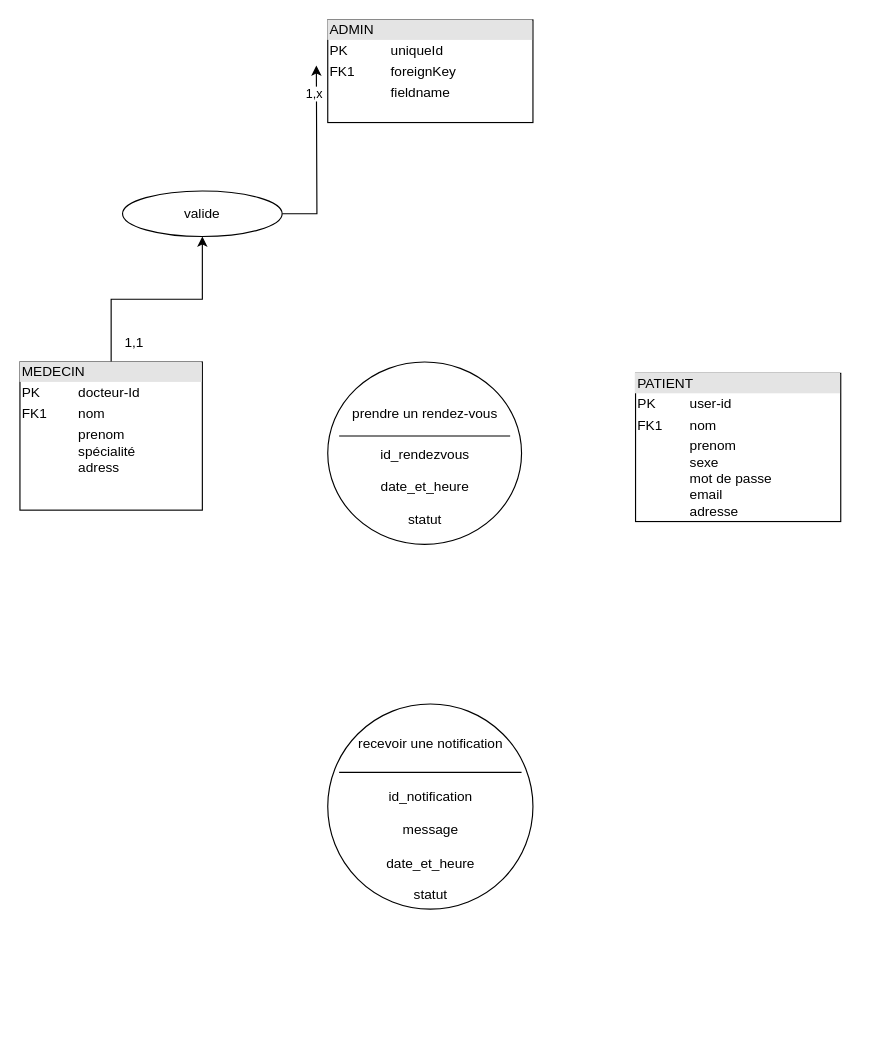
Earlier version of the draw.io diagram Diagramme sans nom.drawio (Bibiche96/ModelC4). Source tidied: cells renumbered, new cells numbered last; positions are measured from the earlier drawing's top-left corner, leaving out a move shared by most shapes. Both pictures are drawn from the tidied source at 114%, with x=0, y=0 at pixel (19, 19).
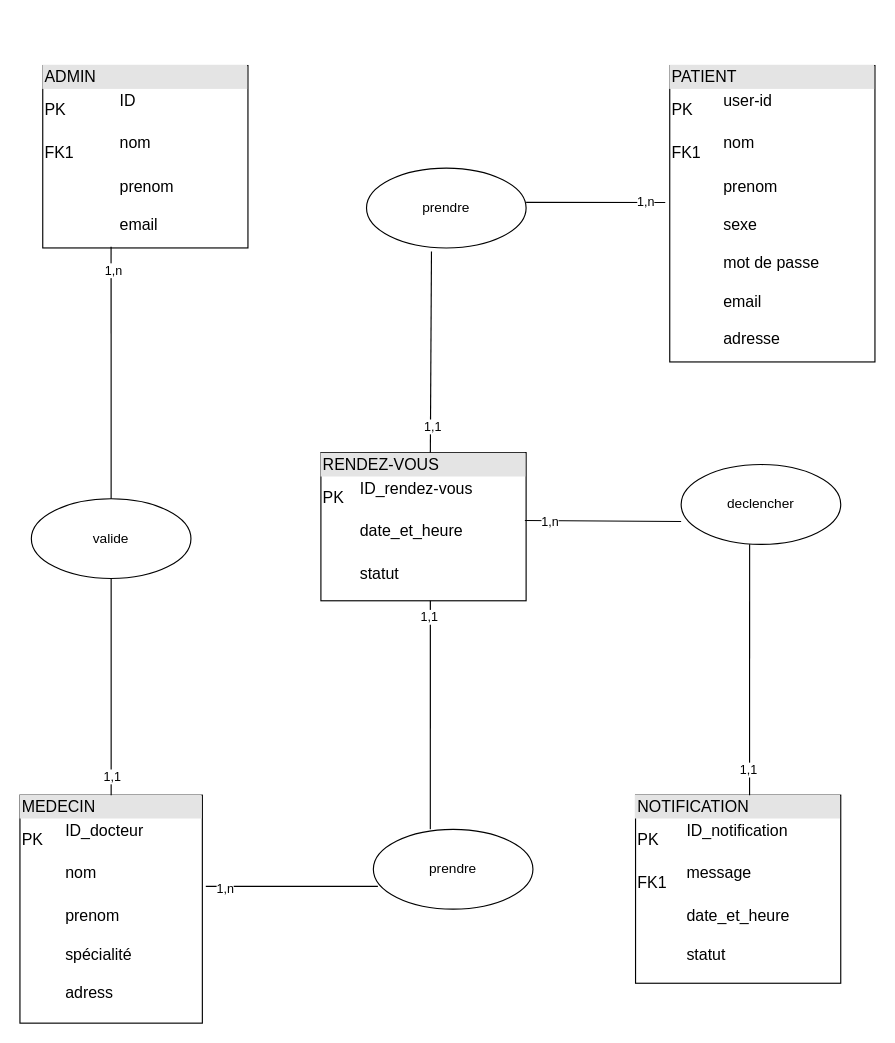
After the change.

What changed in the source:
```diff
@@
-    <mxCell id="2" value="&lt;div style=&quot;box-sizing:border-box;width:100%;background:#e4e4e4;padding:2px;&quot;&gt;ADMIN&lt;/div&gt;&lt;table style=&quot;width:100%;font-size:1em;&quot; cellpadding=&quot;2&quot; cellspacing=&quot;0&quot;&gt;&lt;tbody&gt;&lt;tr&gt;&lt;td&gt;PK&lt;/td&gt;&lt;td&gt;uniqueId&lt;/td&gt;&lt;/tr&gt;&lt;tr&gt;&lt;td&gt;FK1&lt;/td&gt;&lt;td&gt;foreignKey&lt;/td&gt;&lt;/tr&gt;&lt;tr&gt;&lt;td&gt;&lt;/td&gt;&lt;td&gt;fieldname&lt;/td&gt;&lt;/tr&gt;&lt;/tbody&gt;&lt;/table&gt;" style="verticalAlign=top;align=left;overflow=fill;html=1;whiteSpace=wrap;" parent="1" vertex="1">
-      <mxGeometry x="270" width="180" height="90" as="geometry" />
+    <mxCell id="2" value="&lt;div style=&quot;box-sizing: border-box; width: 100%; background: rgb(228, 228, 228); padding: 2px; font-size: 14px;&quot;&gt;&lt;font style=&quot;font-size: 14px;&quot;&gt;ADMIN&lt;/font&gt;&lt;/div&gt;&lt;table style=&quot;width: 100%; font-size: 14px;&quot; cellpadding=&quot;2&quot; cellspacing=&quot;0&quot;&gt;&lt;tbody&gt;&lt;tr&gt;&lt;td&gt;&lt;font style=&quot;font-size: 14px;&quot;&gt;PK&lt;/font&gt;&lt;/td&gt;&lt;td&gt;&lt;font style=&quot;font-size: 14px;&quot;&gt;ID&lt;br&gt;&lt;br&gt;&lt;/font&gt;&lt;/td&gt;&lt;/tr&gt;&lt;tr&gt;&lt;td&gt;&lt;font style=&quot;font-size: 14px;&quot;&gt;FK1&lt;/font&gt;&lt;/td&gt;&lt;td&gt;&lt;font style=&quot;font-size: 14px;&quot;&gt;nom&lt;br&gt;&lt;br&gt;&lt;/font&gt;&lt;/td&gt;&lt;/tr&gt;&lt;tr&gt;&lt;td&gt;&lt;/td&gt;&lt;td&gt;&lt;font style=&quot;font-size: 14px;&quot;&gt;prenom&lt;br&gt;&lt;br&gt;email&lt;/font&gt;&lt;/td&gt;&lt;/tr&gt;&lt;/tbody&gt;&lt;/table&gt;" style="verticalAlign=top;align=left;overflow=fill;html=1;whiteSpace=wrap;" parent="1" vertex="1">
+      <mxGeometry x="20" y="40" width="180" height="160" as="geometry" />
     </mxCell>
-    <mxCell id="3" style="edgeStyle=orthogonalEdgeStyle;rounded=0;jettySize=auto;html=1;" parent="1" edge="1" source="4" target="8">
-      <mxGeometry relative="1" as="geometry" />
-    </mxCell>
-    <mxCell id="4" value="&lt;div style=&quot;box-sizing:border-box;width:100%;background:#e4e4e4;padding:2px;&quot;&gt;MEDECIN&lt;/div&gt;&lt;table style=&quot;width:100%;font-size:1em;&quot; cellpadding=&quot;2&quot; cellspacing=&quot;0&quot;&gt;&lt;tbody&gt;&lt;tr&gt;&lt;td&gt;PK&lt;/td&gt;&lt;td&gt;docteur-Id&lt;/td&gt;&lt;/tr&gt;&lt;tr&gt;&lt;td&gt;FK1&lt;/td&gt;&lt;td&gt;nom&lt;/td&gt;&lt;/tr&gt;&lt;tr&gt;&lt;td&gt;&lt;/td&gt;&lt;td&gt;prenom&lt;br&gt;spécialité&lt;br&gt;adress&lt;/td&gt;&lt;/tr&gt;&lt;/tbody&gt;&lt;/table&gt;" style="verticalAlign=top;align=left;overflow=fill;html=1;whiteSpace=wrap;" parent="1" vertex="1">
-      <mxGeometry y="300" width="160" height="130" as="geometry" />
+    <mxCell id="4" value="&lt;div style=&quot;box-sizing: border-box; width: 100%; background: rgb(228, 228, 228); padding: 2px; font-size: 14px;&quot;&gt;&lt;font style=&quot;font-size: 14px;&quot;&gt;MEDECIN&lt;/font&gt;&lt;/div&gt;&lt;table style=&quot;width: 100%; font-size: 14px;&quot; cellpadding=&quot;2&quot; cellspacing=&quot;0&quot;&gt;&lt;tbody&gt;&lt;tr&gt;&lt;td&gt;&lt;font style=&quot;font-size: 14px;&quot;&gt;PK&lt;/font&gt;&lt;/td&gt;&lt;td&gt;&lt;font style=&quot;font-size: 14px;&quot;&gt;ID_docteur&lt;br&gt;&lt;br&gt;&lt;/font&gt;&lt;/td&gt;&lt;/tr&gt;&lt;tr&gt;&lt;td&gt;&lt;br&gt;&lt;/td&gt;&lt;td&gt;&lt;font style=&quot;font-size: 14px;&quot;&gt;nom&lt;br&gt;&lt;br&gt;&lt;/font&gt;&lt;/td&gt;&lt;/tr&gt;&lt;tr&gt;&lt;td&gt;&lt;/td&gt;&lt;td&gt;&lt;font style=&quot;font-size: 14px;&quot;&gt;prenom&lt;br&gt;&lt;br&gt;spécialité&lt;br&gt;&lt;br&gt;adress&lt;/font&gt;&lt;/td&gt;&lt;/tr&gt;&lt;/tbody&gt;&lt;/table&gt;" style="verticalAlign=top;align=left;overflow=fill;html=1;whiteSpace=wrap;" parent="1" vertex="1">
+      <mxGeometry y="680" width="160" height="200" as="geometry" />
     </mxCell>
-    <mxCell id="5" value="&lt;div style=&quot;box-sizing:border-box;width:100%;background:#e4e4e4;padding:2px;&quot;&gt;PATIENT&lt;/div&gt;&lt;table style=&quot;width:100%;font-size:1em;&quot; cellpadding=&quot;2&quot; cellspacing=&quot;0&quot;&gt;&lt;tbody&gt;&lt;tr&gt;&lt;td&gt;PK&lt;/td&gt;&lt;td&gt;user-id&lt;/td&gt;&lt;/tr&gt;&lt;tr&gt;&lt;td&gt;FK1&lt;/td&gt;&lt;td&gt;nom&lt;br&gt;&lt;/td&gt;&lt;/tr&gt;&lt;tr&gt;&lt;td&gt;&lt;/td&gt;&lt;td&gt;prenom&lt;br&gt;sexe&lt;br&gt;mot de passe&lt;br&gt;email&lt;br&gt;adresse&lt;/td&gt;&lt;/tr&gt;&lt;/tbody&gt;&lt;/table&gt;" style="verticalAlign=top;align=left;overflow=fill;html=1;whiteSpace=wrap;" parent="1" vertex="1">
-      <mxGeometry x="540" y="310" width="180" height="130" as="geometry" />
+    <mxCell id="5" value="&lt;div style=&quot;box-sizing: border-box; width: 100%; background: rgb(228, 228, 228); padding: 2px; font-size: 14px;&quot;&gt;&lt;font style=&quot;font-size: 14px;&quot;&gt;PATIENT&lt;/font&gt;&lt;/div&gt;&lt;table style=&quot;width: 100%; font-size: 14px;&quot; cellpadding=&quot;2&quot; cellspacing=&quot;0&quot;&gt;&lt;tbody&gt;&lt;tr&gt;&lt;td&gt;&lt;font style=&quot;font-size: 14px;&quot;&gt;PK&lt;/font&gt;&lt;/td&gt;&lt;td&gt;&lt;font style=&quot;font-size: 14px;&quot;&gt;user-id&lt;br&gt;&lt;br&gt;&lt;/font&gt;&lt;/td&gt;&lt;/tr&gt;&lt;tr&gt;&lt;td&gt;&lt;font style=&quot;font-size: 14px;&quot;&gt;FK1&lt;/font&gt;&lt;/td&gt;&lt;td&gt;&lt;font style=&quot;font-size: 14px;&quot;&gt;nom&lt;br&gt;&lt;br&gt;&lt;/font&gt;&lt;/td&gt;&lt;/tr&gt;&lt;tr&gt;&lt;td&gt;&lt;/td&gt;&lt;td&gt;&lt;font style=&quot;font-size: 14px;&quot;&gt;prenom&lt;br&gt;&lt;br&gt;sexe&lt;br&gt;&lt;br&gt;mot de passe&lt;br&gt;&lt;br&gt;email&lt;br&gt;&lt;br&gt;adresse&lt;/font&gt;&lt;/td&gt;&lt;/tr&gt;&lt;/tbody&gt;&lt;/table&gt;" style="verticalAlign=top;align=left;overflow=fill;html=1;whiteSpace=wrap;" parent="1" vertex="1">
+      <mxGeometry x="570" y="40" width="180" height="260" as="geometry" />
     </mxCell>
-    <mxCell id="6" style="edgeStyle=orthogonalEdgeStyle;rounded=0;jettySize=auto;html=1;" parent="1" edge="1" source="8">
-      <mxGeometry relative="1" as="geometry">
-        <mxPoint x="260" y="40" as="targetPoint" />
-      </mxGeometry>
-    </mxCell>
-    <mxCell id="7" value="1,x" style="edgeLabel;html=1;align=center;verticalAlign=middle;" parent="6" vertex="1">
-      <mxGeometry x="0.7" y="3" relative="1" as="geometry" />
-    </mxCell>
+    <mxCell id="18" value="&lt;div style=&quot;box-sizing: border-box; width: 100%; background: rgb(228, 228, 228); padding: 2px; font-size: 14px;&quot;&gt;&lt;font style=&quot;font-size: 14px;&quot;&gt;RENDEZ-VOUS&lt;/font&gt;&lt;/div&gt;&lt;table style=&quot;width: 100%; font-size: 14px;&quot; cellpadding=&quot;2&quot; cellspacing=&quot;0&quot;&gt;&lt;tbody&gt;&lt;tr&gt;&lt;td&gt;&lt;font style=&quot;font-size: 14px;&quot;&gt;PK&lt;/font&gt;&lt;/td&gt;&lt;td&gt;&lt;font style=&quot;font-size: 14px;&quot;&gt;ID_rendez-vous&lt;br&gt;&lt;br&gt;&lt;/font&gt;&lt;/td&gt;&lt;/tr&gt;&lt;tr&gt;&lt;td&gt;&lt;font style=&quot;font-size: 14px;&quot;&gt;&lt;br&gt;&lt;/font&gt;&lt;/td&gt;&lt;td&gt;&lt;font style=&quot;font-size: 14px;&quot;&gt;date_et_heure&lt;br&gt;&lt;br&gt;&lt;/font&gt;&lt;/td&gt;&lt;/tr&gt;&lt;tr&gt;&lt;td&gt;&lt;/td&gt;&lt;td&gt;&lt;font style=&quot;font-size: 14px;&quot;&gt;statut&lt;/font&gt;&lt;/td&gt;&lt;/tr&gt;&lt;/tbody&gt;&lt;/table&gt;" style="verticalAlign=top;align=left;overflow=fill;html=1;whiteSpace=wrap;" parent="1" vertex="1">
+      <mxGeometry x="264" y="379.5" width="180" height="130" as="geometry" />
+    </mxCell>
+    <mxCell id="19" value="&lt;div style=&quot;box-sizing: border-box; width: 100%; background: rgb(228, 228, 228); padding: 2px; font-size: 14px;&quot;&gt;&lt;font style=&quot;font-size: 14px;&quot;&gt;NOTIFICATION&lt;/font&gt;&lt;/div&gt;&lt;table style=&quot;width: 100%; font-size: 14px;&quot; cellpadding=&quot;2&quot; cellspacing=&quot;0&quot;&gt;&lt;tbody&gt;&lt;tr&gt;&lt;td&gt;&lt;font style=&quot;font-size: 14px;&quot;&gt;PK&lt;/font&gt;&lt;/td&gt;&lt;td&gt;&lt;font style=&quot;font-size: 14px;&quot;&gt;ID_notification&lt;br&gt;&lt;br&gt;&lt;/font&gt;&lt;/td&gt;&lt;/tr&gt;&lt;tr&gt;&lt;td&gt;&lt;font style=&quot;font-size: 14px;&quot;&gt;FK1&lt;/font&gt;&lt;/td&gt;&lt;td&gt;&lt;font style=&quot;font-size: 14px;&quot;&gt;message&lt;br&gt;&lt;br&gt;&lt;/font&gt;&lt;/td&gt;&lt;/tr&gt;&lt;tr&gt;&lt;td&gt;&lt;/td&gt;&lt;td&gt;&lt;font style=&quot;font-size: 14px;&quot;&gt;date_et_heure&lt;br&gt;&lt;br&gt;statut&lt;/font&gt;&lt;/td&gt;&lt;/tr&gt;&lt;/tbody&gt;&lt;/table&gt;" style="verticalAlign=top;align=left;overflow=fill;html=1;whiteSpace=wrap;" parent="1" vertex="1">
+      <mxGeometry x="540" y="680" width="180" height="165" as="geometry" />
+    </mxCell>
     <mxCell id="8" value="valide" style="ellipse;whiteSpace=wrap;html=1;" parent="1" vertex="1">
-      <mxGeometry x="90" y="150" width="140" height="40" as="geometry" />
+      <mxGeometry x="10" y="420" width="140" height="70" as="geometry" />
     </mxCell>
-    <mxCell id="9" value="1,1" style="text;html=1;align=center;verticalAlign=middle;strokeColor=none;fillColor=none;" parent="1" vertex="1">
-      <mxGeometry x="80" y="268" width="40" height="30" as="geometry" />
-    </mxCell>
-    <mxCell id="10" style="ellipse;whiteSpace=wrap;html=1;" parent="1" vertex="1">
-      <mxGeometry x="270" y="300" width="170" height="160" as="geometry" />
-    </mxCell>
-    <mxCell id="11" style="line;strokeWidth=1;fillColor=none;align=left;verticalAlign=middle;spacingTop=-1;spacingLeft=3;spacingRight=3;labelPosition=right;strokeColor=inherit;" parent="1" vertex="1">
-      <mxGeometry x="280" y="361" width="150" height="8" as="geometry" />
-    </mxCell>
-    <mxCell id="12" value="id_rendezvous&lt;br&gt;&lt;br&gt;date_et_heure&lt;br&gt;&lt;br&gt;statut" style="text;html=1;align=center;verticalAlign=middle;strokeColor=none;fillColor=none;" parent="1" vertex="1">
-      <mxGeometry x="305" y="365" width="100" height="90" as="geometry" />
-    </mxCell>
-    <mxCell id="13" value="prendre un rendez-vous" style="text;html=1;align=center;verticalAlign=middle;strokeColor=none;fillColor=none;" parent="1" vertex="1">
-      <mxGeometry x="280" y="331" width="150" height="30" as="geometry" />
-    </mxCell>
-    <mxCell id="14" style="ellipse;whiteSpace=wrap;html=1;" parent="1" vertex="1">
-      <mxGeometry x="270" y="600" width="180" height="180" as="geometry" />
-    </mxCell>
-    <mxCell id="15" style="line;strokeWidth=1;fillColor=none;align=left;verticalAlign=middle;spacingTop=-1;spacingLeft=3;spacingRight=3;labelPosition=right;strokeColor=inherit;" parent="1" vertex="1">
-      <mxGeometry x="280" y="650" width="160" height="20" as="geometry" />
-    </mxCell>
-    <mxCell id="16" value="recevoir une notification" style="text;html=1;align=center;verticalAlign=middle;strokeColor=none;fillColor=none;" parent="1" vertex="1">
-      <mxGeometry x="285" y="620" width="150" height="30" as="geometry" />
-    </mxCell>
-    <mxCell id="17" value="id_notification&lt;br&gt;&lt;br&gt;message&lt;br&gt;&lt;br&gt;date_et_heure&lt;br&gt;&lt;br&gt;statut" style="text;html=1;align=center;verticalAlign=middle;strokeColor=none;fillColor=none;" parent="1" vertex="1">
-      <mxGeometry x="310" y="670" width="100" height="110" as="geometry" />
-    </mxCell>
+    <mxCell id="20" value="prendre" style="ellipse;whiteSpace=wrap;html=1;" parent="1" vertex="1">
+      <mxGeometry x="304" y="130" width="140" height="70" as="geometry" />
+    </mxCell>
+    <mxCell id="21" value="prendre" style="ellipse;whiteSpace=wrap;html=1;" parent="1" vertex="1">
+      <mxGeometry x="310" y="710" width="140" height="70" as="geometry" />
+    </mxCell>
+    <mxCell id="22" value="declencher" style="ellipse;whiteSpace=wrap;html=1;" parent="1" vertex="1">
+      <mxGeometry x="580" y="390" width="140" height="70" as="geometry" />
+    </mxCell>
+    <mxCell id="23" style="endArrow=none;html=1;rounded=0;entryX=0.5;entryY=1;entryDx=0;entryDy=0;" parent="1" edge="1" target="8">
+      <mxGeometry relative="1" as="geometry">
+        <mxPoint x="80" y="680" as="sourcePoint" />
+      </mxGeometry>
+    </mxCell>
+    <mxCell id="24" value="1,1" style="edgeLabel;html=1;align=center;verticalAlign=middle;" parent="23" vertex="1">
+      <mxGeometry x="-0.82" relative="1" as="geometry" />
+    </mxCell>
+    <mxCell id="25" style="endArrow=none;html=1;rounded=0;entryX=0.333;entryY=0.994;entryDx=0;entryDy=0;entryPerimeter=0;" parent="1" edge="1" target="2">
+      <mxGeometry relative="1" as="geometry">
+        <mxPoint x="80" y="420" as="sourcePoint" />
+      </mxGeometry>
+    </mxCell>
+    <mxCell id="26" value="1,n" style="edgeLabel;html=1;align=center;verticalAlign=middle;" parent="25" vertex="1">
+      <mxGeometry x="0.81" y="-2" relative="1" as="geometry" />
+    </mxCell>
+    <mxCell id="27" style="endArrow=none;html=1;rounded=0;exitX=0.357;exitY=0;exitDx=0;exitDy=0;exitPerimeter=0;" parent="1" edge="1" source="21">
+      <mxGeometry relative="1" as="geometry">
+        <mxPoint x="360" y="509.5" as="targetPoint" />
+      </mxGeometry>
+    </mxCell>
+    <mxCell id="28" value="1,1" style="edgeLabel;html=1;align=center;verticalAlign=middle;" parent="27" vertex="1">
+      <mxGeometry x="0.86" y="1" relative="1" as="geometry" />
+    </mxCell>
+    <mxCell id="29" style="endArrow=none;html=1;rounded=0;exitX=1.019;exitY=0.4;exitDx=0;exitDy=0;exitPerimeter=0;" parent="1" edge="1" source="4">
+      <mxGeometry relative="1" as="geometry">
+        <mxPoint x="314" y="760" as="targetPoint" />
+      </mxGeometry>
+    </mxCell>
+    <mxCell id="30" value="1,n" style="edgeLabel;html=1;align=center;verticalAlign=middle;" parent="29" vertex="1">
+      <mxGeometry x="-0.79" y="-1" relative="1" as="geometry" />
+    </mxCell>
+    <mxCell id="31" style="endArrow=none;html=1;rounded=0;entryX=0.429;entryY=1;entryDx=0;entryDy=0;entryPerimeter=0;" parent="1" edge="1" target="22">
+      <mxGeometry relative="1" as="geometry">
+        <mxPoint x="640" y="680" as="sourcePoint" />
+      </mxGeometry>
+    </mxCell>
+    <mxCell id="32" value="1,1" style="edgeLabel;html=1;align=center;verticalAlign=middle;" parent="31" vertex="1">
+      <mxGeometry x="-0.8" y="2" relative="1" as="geometry" />
+    </mxCell>
+    <mxCell id="33" style="endArrow=none;html=1;rounded=0;exitX=0.994;exitY=0.458;exitDx=0;exitDy=0;exitPerimeter=0;" parent="1" edge="1" source="18">
+      <mxGeometry relative="1" as="geometry">
+        <mxPoint x="580" y="440" as="targetPoint" />
+      </mxGeometry>
+    </mxCell>
+    <mxCell id="34" value="1,n" style="edgeLabel;html=1;align=center;verticalAlign=middle;" parent="33" vertex="1">
+      <mxGeometry x="-0.68" relative="1" as="geometry" />
+    </mxCell>
+    <mxCell id="35" style="endArrow=none;html=1;rounded=0;entryX=0.407;entryY=1.043;entryDx=0;entryDy=0;entryPerimeter=0;" parent="1" edge="1" target="20">
+      <mxGeometry relative="1" as="geometry">
+        <mxPoint x="360" y="379.5" as="sourcePoint" />
+      </mxGeometry>
+    </mxCell>
+    <mxCell id="36" value="1,1" style="edgeLabel;html=1;align=center;verticalAlign=middle;" parent="35" vertex="1">
+      <mxGeometry x="-0.74" y="-1" relative="1" as="geometry" />
+    </mxCell>
+    <mxCell id="37" style="endArrow=none;html=1;rounded=0;entryX=-0.022;entryY=0.462;entryDx=0;entryDy=0;entryPerimeter=0;" parent="1" edge="1" target="5">
+      <mxGeometry relative="1" as="geometry">
+        <mxPoint x="444" y="160" as="sourcePoint" />
+      </mxGeometry>
+    </mxCell>
+    <mxCell id="38" value="1,n" style="edgeLabel;html=1;align=center;verticalAlign=middle;" parent="37" vertex="1">
+      <mxGeometry x="0.7" y="1" relative="1" as="geometry" />
+    </mxCell>
```
